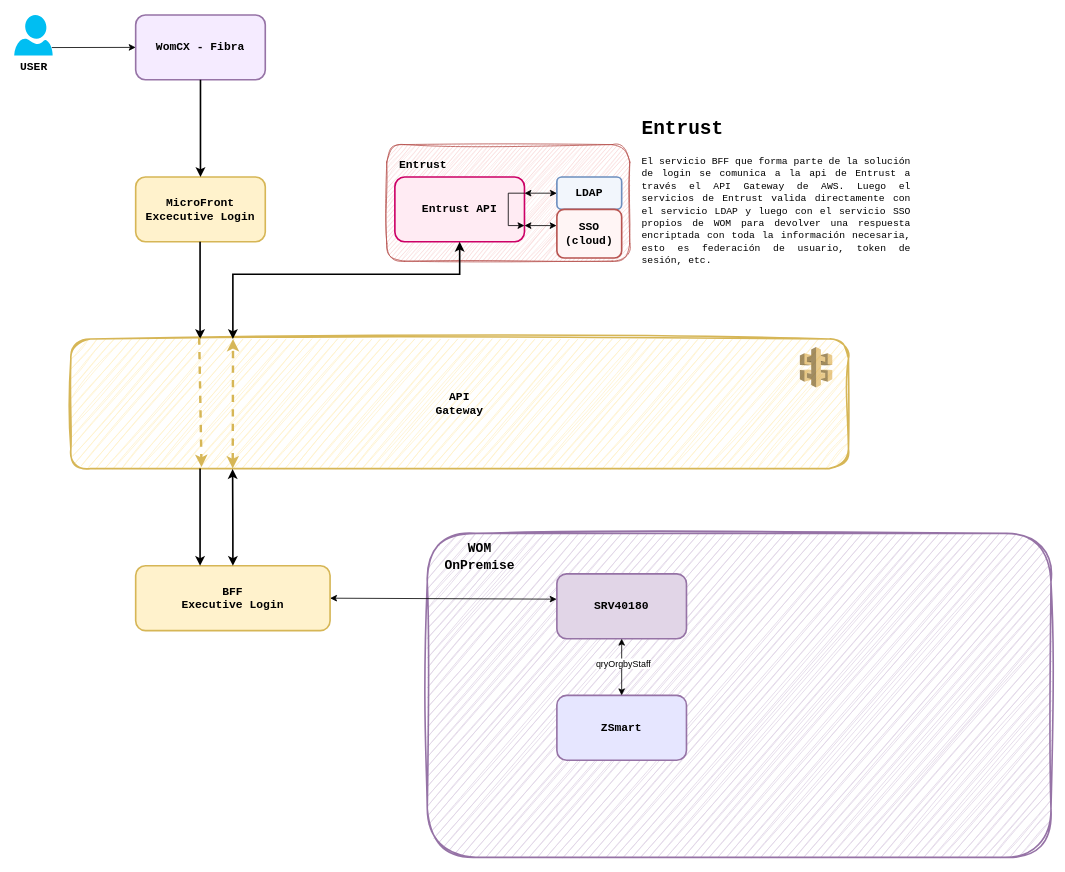
Earlier version of the draw.io diagram page "DiagFlujo" (2 of 2) of LoginLayer.drawio (linosnt/womCX). Source tidied: cells renumbered, new cells numbered last; positions are measured from the earlier drawing's top-left corner, leaving out a move shared by most shapes. Both pictures are drawn from the tidied source at 81%, with x=0, y=0 at pixel (14, 15).
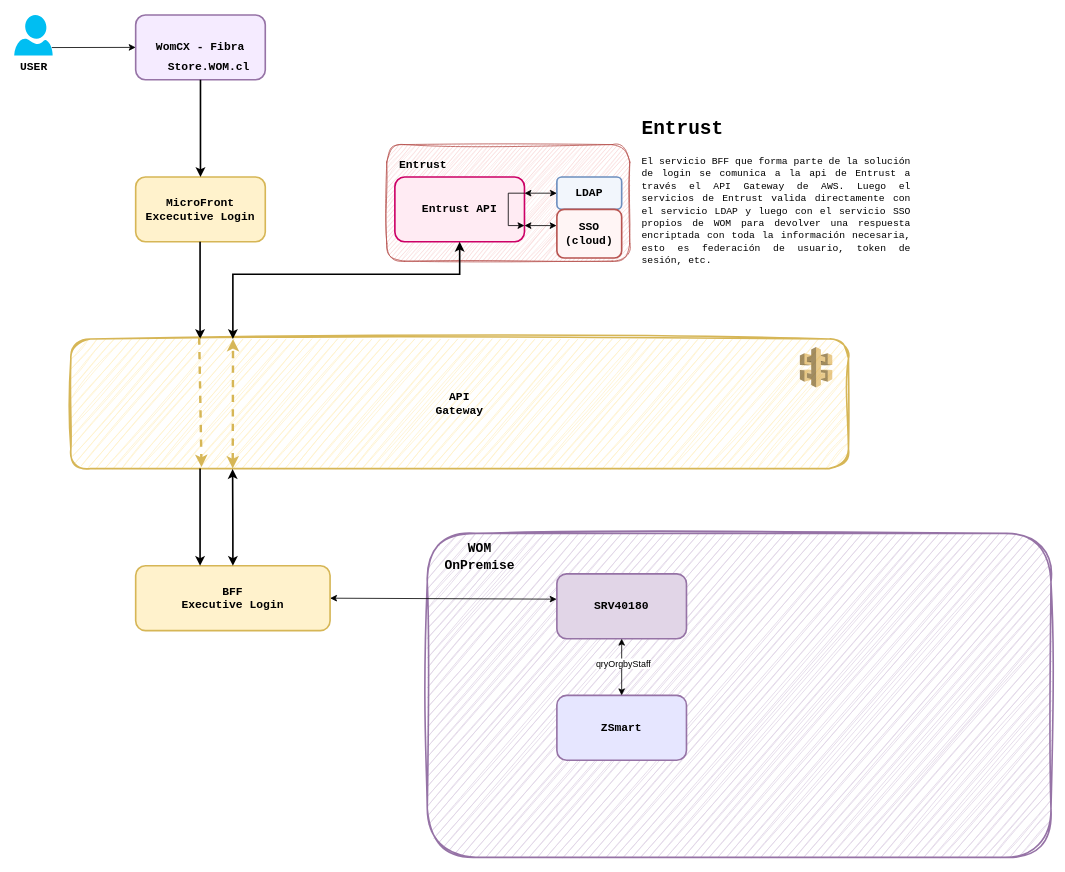
Above is the later version.

Change to the diagram source:
```diff
@@
+    <mxCell id="32" value="&lt;font style=&quot;font-size: 14px;&quot; face=&quot;Courier New&quot;&gt;&lt;b&gt;Store.WOM.cl&lt;/b&gt;&lt;/font&gt;" style="text;html=1;align=center;verticalAlign=middle;strokeColor=none;fillColor=none;" parent="1" vertex="1">
+      <mxGeometry x="180" y="50" width="120" height="30" as="geometry" />
+    </mxCell>
```
